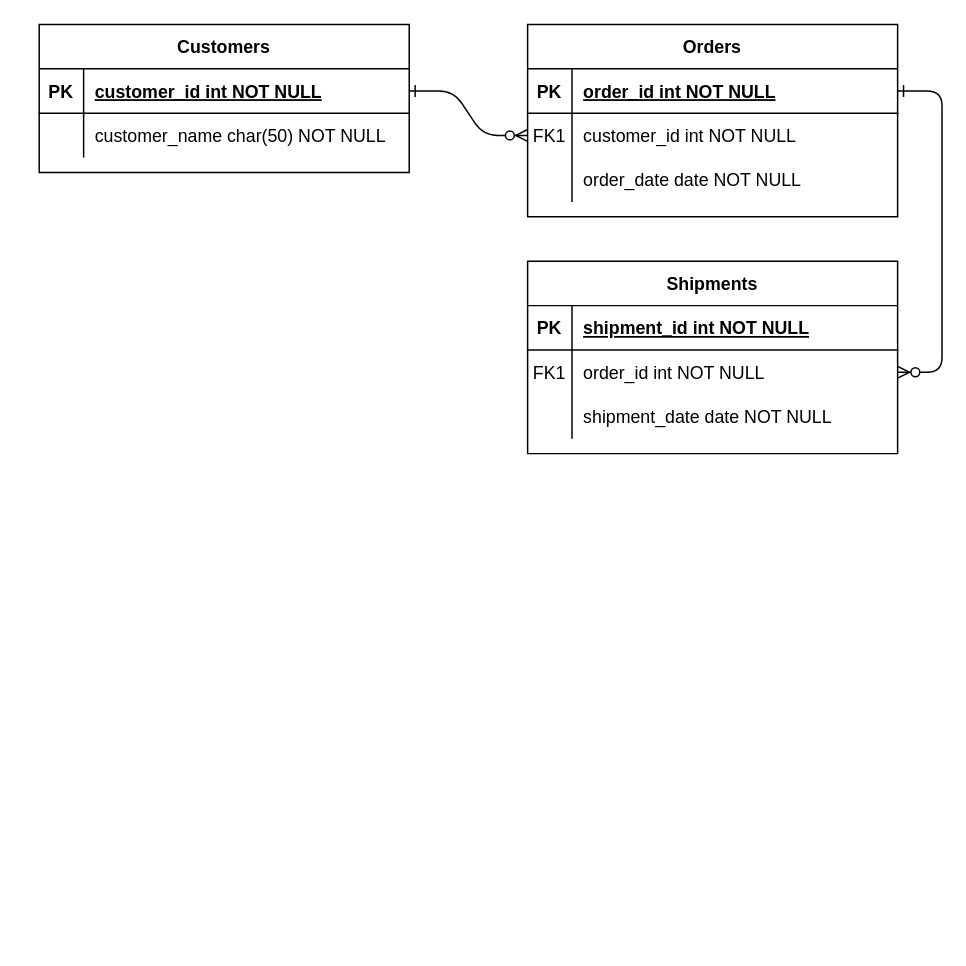
Earlier version of the draw.io diagram Untitled Diagram.drawio (RedJanvier/ewallet-architecture). Source tidied: cells renumbered, new cells numbered last; positions are measured from the earlier drawing's top-left corner, leaving out a move shared by most shapes. Both pictures are drawn from the tidied source at 148%, with x=0, y=0 at pixel (38, 24).
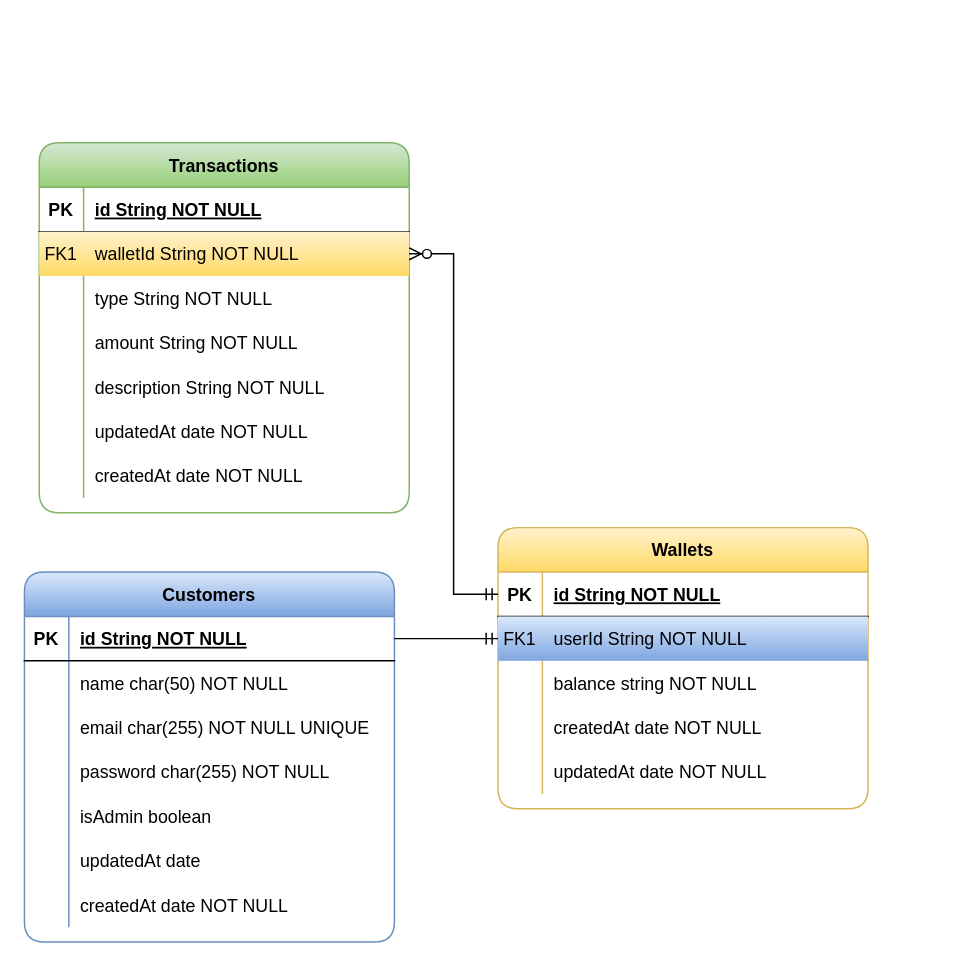
Above is the later version.

Unchanged cells that the change refers to:
```xml
<mxCell id="5" style="shape=partialRectangle;fillColor=none;points=[[0,0.5],[1,0.5]];portConstraint=eastwest;top=0;left=0;right=0;bottom=1;" parent="4" vertex="1">
  <mxGeometry y="30" width="250" height="30" as="geometry" />
</mxCell>
<mxCell id="15" style="shape=partialRectangle;fillColor=none;points=[[0,0.5],[1,0.5]];portConstraint=eastwest;top=0;left=0;right=0;bottom=1;" parent="14" vertex="1">
  <mxGeometry y="30" width="250" height="30" as="geometry" />
</mxCell>
<mxCell id="25" style="shape=partialRectangle;fillColor=none;points=[[0,0.5],[1,0.5]];portConstraint=eastwest;top=0;left=0;right=0;bottom=1;" parent="24" vertex="1">
  <mxGeometry y="30" width="250" height="30" as="geometry" />
</mxCell>
<mxCell id="28" style="shape=partialRectangle;fillColor=none;top=0;left=0;right=0;bottom=0;" parent="24" vertex="1">
  <mxGeometry y="60" width="250" height="30" as="geometry" />
</mxCell>
```

Change to the diagram source:
```diff
@@
-<mxGraphModel>
+<mxGraphModel background="#ffffff">
@@
-    <mxCell id="2" style="edgeStyle=entityRelationEdgeStyle;endArrow=ERzeroToMany;startArrow=ERone;endFill=1;startFill=0;" parent="1" edge="1" source="25" target="8">
-      <mxGeometry relative="1" as="geometry" />
-    </mxCell>
-    <mxCell id="3" style="edgeStyle=entityRelationEdgeStyle;endArrow=ERzeroToMany;startArrow=ERone;endFill=1;startFill=0;" parent="1" edge="1" source="5" target="18">
-      <mxGeometry relative="1" as="geometry" />
-    </mxCell>
-    <mxCell id="4" value="Orders" style="shape=table;startSize=30;childLayout=tableLayout;rowLines=0;fontStyle=1;align=center;" parent="1" vertex="1">
-      <mxGeometry x="330" width="250" height="130" as="geometry" />
+    <mxCell id="4" value="Transactions" style="shape=table;startSize=30;childLayout=tableLayout;rowLines=0;fontStyle=1;align=center;swimlaneFillColor=default;fillColor=#d5e8d4;gradientColor=#97d077;strokeColor=#82b366;rounded=1;" parent="1" vertex="1">
+      <mxGeometry y="80" width="250" height="250" as="geometry" />
     </mxCell>
@@
-    <mxCell id="7" value="order_id int NOT NULL " style="shape=partialRectangle;overflow=hidden;fillColor=none;top=0;left=0;bottom=0;right=0;align=left;spacingLeft=6;fontStyle=5;" parent="5" vertex="1">
+    <mxCell id="7" value="id String NOT NULL " style="shape=partialRectangle;overflow=hidden;fillColor=none;top=0;left=0;bottom=0;right=0;align=left;spacingLeft=6;fontStyle=5;" parent="5" vertex="1">
       <mxGeometry x="30" width="220" height="30" as="geometry" />
     </mxCell>
-    <mxCell id="8" style="shape=partialRectangle;fillColor=none;points=[[0,0.5],[1,0.5]];portConstraint=eastwest;top=0;left=0;right=0;bottom=0;" parent="4" vertex="1">
+    <mxCell id="8" style="shape=partialRectangle;fillColor=#fff2cc;points=[[0,0.5],[1,0.5]];portConstraint=eastwest;top=0;left=0;right=0;bottom=0;gradientColor=#ffd966;strokeColor=#d6b656;" parent="4" vertex="1">
       <mxGeometry y="60" width="250" height="30" as="geometry" />
     </mxCell>
@@
-    <mxCell id="10" value="customer_id int NOT NULL" style="shape=partialRectangle;overflow=hidden;fillColor=none;top=0;left=0;bottom=0;right=0;align=left;spacingLeft=6;" parent="8" vertex="1">
+    <mxCell id="10" value="walletId String NOT NULL" style="shape=partialRectangle;overflow=hidden;fillColor=none;top=0;left=0;bottom=0;right=0;align=left;spacingLeft=6;" parent="8" vertex="1">
       <mxGeometry x="30" width="220" height="30" as="geometry" />
     </mxCell>
+    <mxCell id="31" style="shape=partialRectangle;fillColor=none;top=0;left=0;right=0;bottom=0;" parent="4" vertex="1">
+      <mxGeometry y="90" width="250" height="30" as="geometry" />
+    </mxCell>
+    <mxCell id="32" style="shape=partialRectangle;overflow=hidden;fillColor=none;top=0;left=0;bottom=0;right=0;" parent="31" vertex="1">
+      <mxGeometry width="30" height="30" as="geometry" />
+    </mxCell>
+    <mxCell id="33" value="type String NOT NULL" style="shape=partialRectangle;overflow=hidden;fillColor=none;top=0;left=0;bottom=0;right=0;align=left;spacingLeft=6;" parent="31" vertex="1">
+      <mxGeometry x="30" width="220" height="30" as="geometry" />
+    </mxCell>
     <mxCell id="11" style="shape=partialRectangle;fillColor=none;top=0;left=0;right=0;bottom=0;" parent="4" vertex="1">
-      <mxGeometry y="90" width="250" height="30" as="geometry" />
+      <mxGeometry y="120" width="250" height="30" as="geometry" />
     </mxCell>
@@
-    <mxCell id="13" value="order_date date NOT NULL" style="shape=partialRectangle;overflow=hidden;fillColor=none;top=0;left=0;bottom=0;right=0;align=left;spacingLeft=6;" parent="11" vertex="1">
+    <mxCell id="13" value="amount String NOT NULL" style="shape=partialRectangle;overflow=hidden;fillColor=none;top=0;left=0;bottom=0;right=0;align=left;spacingLeft=6;" parent="11" vertex="1">
       <mxGeometry x="30" width="220" height="30" as="geometry" />
     </mxCell>
+    <mxCell id="34" style="shape=partialRectangle;fillColor=none;top=0;left=0;right=0;bottom=0;" parent="4" vertex="1">
+      <mxGeometry y="150" width="250" height="30" as="geometry" />
+    </mxCell>
+    <mxCell id="35" style="shape=partialRectangle;overflow=hidden;fillColor=none;top=0;left=0;bottom=0;right=0;" parent="34" vertex="1">
+      <mxGeometry width="30" height="30" as="geometry" />
+    </mxCell>
+    <mxCell id="36" value="description String NOT NULL" style="shape=partialRectangle;overflow=hidden;fillColor=none;top=0;left=0;bottom=0;right=0;align=left;spacingLeft=6;" parent="34" vertex="1">
+      <mxGeometry x="30" width="220" height="30" as="geometry" />
+    </mxCell>
+    <mxCell id="37" style="shape=partialRectangle;fillColor=none;top=0;left=0;right=0;bottom=0;" parent="4" vertex="1">
+      <mxGeometry y="180" width="250" height="30" as="geometry" />
+    </mxCell>
+    <mxCell id="38" style="shape=partialRectangle;overflow=hidden;fillColor=none;top=0;left=0;bottom=0;right=0;" parent="37" vertex="1">
+      <mxGeometry width="30" height="30" as="geometry" />
+    </mxCell>
+    <mxCell id="39" value="updatedAt date NOT NULL" style="shape=partialRectangle;overflow=hidden;fillColor=none;top=0;left=0;bottom=0;right=0;align=left;spacingLeft=6;" parent="37" vertex="1">
+      <mxGeometry x="30" width="220" height="30" as="geometry" />
+    </mxCell>
+    <mxCell id="40" style="shape=partialRectangle;fillColor=none;top=0;left=0;right=0;bottom=0;" parent="4" vertex="1">
+      <mxGeometry y="210" width="250" height="30" as="geometry" />
+    </mxCell>
+    <mxCell id="41" style="shape=partialRectangle;overflow=hidden;fillColor=none;top=0;left=0;bottom=0;right=0;" parent="40" vertex="1">
+      <mxGeometry width="30" height="30" as="geometry" />
+    </mxCell>
+    <mxCell id="42" value="createdAt date NOT NULL" style="shape=partialRectangle;overflow=hidden;fillColor=none;top=0;left=0;bottom=0;right=0;align=left;spacingLeft=6;" parent="40" vertex="1">
+      <mxGeometry x="30" width="220" height="30" as="geometry" />
+    </mxCell>
-    <mxCell id="14" value="Shipments" style="shape=table;startSize=30;childLayout=tableLayout;rowLines=0;fontStyle=1;align=center;" parent="1" vertex="1">
-      <mxGeometry x="330" y="160" width="250" height="130" as="geometry" />
+    <mxCell id="14" value="Wallets" style="shape=table;startSize=30;childLayout=tableLayout;rowLines=0;fontStyle=1;align=center;swimlaneFillColor=default;fillColor=#fff2cc;gradientColor=#ffd966;strokeColor=#d6b656;rounded=1;" parent="1" vertex="1">
+      <mxGeometry x="310" y="340" width="250" height="190" as="geometry" />
     </mxCell>
@@
-    <mxCell id="17" value="shipment_id int NOT NULL " style="shape=partialRectangle;overflow=hidden;fillColor=none;top=0;left=0;bottom=0;right=0;align=left;spacingLeft=6;fontStyle=5;" parent="15" vertex="1">
+    <mxCell id="17" value="id String NOT NULL " style="shape=partialRectangle;overflow=hidden;fillColor=none;top=0;left=0;bottom=0;right=0;align=left;spacingLeft=6;fontStyle=5;" parent="15" vertex="1">
       <mxGeometry x="30" width="220" height="30" as="geometry" />
     </mxCell>
-    <mxCell id="18" style="shape=partialRectangle;fillColor=none;points=[[0,0.5],[1,0.5]];portConstraint=eastwest;top=0;left=0;right=0;bottom=0;" parent="14" vertex="1">
+    <mxCell id="18" style="shape=partialRectangle;fillColor=#dae8fc;points=[[0,0.5],[1,0.5]];portConstraint=eastwest;top=0;left=0;right=0;bottom=0;gradientColor=#7ea6e0;strokeColor=#6c8ebf;" parent="14" vertex="1">
       <mxGeometry y="60" width="250" height="30" as="geometry" />
     </mxCell>
@@
-    <mxCell id="20" value="order_id int NOT NULL" style="shape=partialRectangle;overflow=hidden;fillColor=none;top=0;left=0;bottom=0;right=0;align=left;spacingLeft=6;" parent="18" vertex="1">
+    <mxCell id="20" value="userId String NOT NULL" style="shape=partialRectangle;overflow=hidden;fillColor=none;top=0;left=0;bottom=0;right=0;align=left;spacingLeft=6;" parent="18" vertex="1">
       <mxGeometry x="30" width="220" height="30" as="geometry" />
     </mxCell>
+    <mxCell id="43" style="shape=partialRectangle;fillColor=none;top=0;left=0;right=0;bottom=0;" parent="14" vertex="1">
+      <mxGeometry y="90" width="250" height="30" as="geometry" />
+    </mxCell>
+    <mxCell id="44" style="shape=partialRectangle;overflow=hidden;fillColor=none;top=0;left=0;bottom=0;right=0;" parent="43" vertex="1">
+      <mxGeometry width="30" height="30" as="geometry" />
+    </mxCell>
+    <mxCell id="45" value="balance string NOT NULL" style="shape=partialRectangle;overflow=hidden;fillColor=none;top=0;left=0;bottom=0;right=0;align=left;spacingLeft=6;" parent="43" vertex="1">
+      <mxGeometry x="30" width="220" height="30" as="geometry" />
+    </mxCell>
     <mxCell id="21" style="shape=partialRectangle;fillColor=none;top=0;left=0;right=0;bottom=0;" parent="14" vertex="1">
-      <mxGeometry y="90" width="250" height="30" as="geometry" />
+      <mxGeometry y="120" width="250" height="30" as="geometry" />
     </mxCell>
@@
-    <mxCell id="23" value="shipment_date date NOT NULL" style="shape=partialRectangle;overflow=hidden;fillColor=none;top=0;left=0;bottom=0;right=0;align=left;spacingLeft=6;" parent="21" vertex="1">
+    <mxCell id="23" value="createdAt date NOT NULL" style="shape=partialRectangle;overflow=hidden;fillColor=none;top=0;left=0;bottom=0;right=0;align=left;spacingLeft=6;" parent="21" vertex="1">
       <mxGeometry x="30" width="220" height="30" as="geometry" />
     </mxCell>
+    <mxCell id="46" style="shape=partialRectangle;fillColor=none;top=0;left=0;right=0;bottom=0;" parent="14" vertex="1">
+      <mxGeometry y="150" width="250" height="30" as="geometry" />
+    </mxCell>
+    <mxCell id="47" style="shape=partialRectangle;overflow=hidden;fillColor=none;top=0;left=0;bottom=0;right=0;" parent="46" vertex="1">
+      <mxGeometry width="30" height="30" as="geometry" />
+    </mxCell>
+    <mxCell id="48" value="updatedAt date NOT NULL" style="shape=partialRectangle;overflow=hidden;fillColor=none;top=0;left=0;bottom=0;right=0;align=left;spacingLeft=6;" parent="46" vertex="1">
+      <mxGeometry x="30" width="220" height="30" as="geometry" />
+    </mxCell>
-    <mxCell id="24" value="Customers" style="shape=table;startSize=30;childLayout=tableLayout;rowLines=0;fontStyle=1;align=center;" parent="1" vertex="1">
-      <mxGeometry width="250" height="100" as="geometry" />
+    <mxCell id="24" value="Customers" style="shape=table;startSize=30;childLayout=tableLayout;rowLines=0;fontStyle=1;align=center;swimlaneFillColor=default;gradientColor=#7ea6e0;fillColor=#dae8fc;strokeColor=#6c8ebf;rounded=1;" parent="1" vertex="1">
+      <mxGeometry x="-10" y="370" width="250" height="250" as="geometry" />
     </mxCell>
@@
-    <mxCell id="27" value="customer_id int NOT NULL " style="shape=partialRectangle;overflow=hidden;fillColor=none;top=0;left=0;bottom=0;right=0;align=left;spacingLeft=6;fontStyle=5;" parent="25" vertex="1">
+    <mxCell id="27" value="id String NOT NULL " style="shape=partialRectangle;overflow=hidden;fillColor=none;top=0;left=0;bottom=0;right=0;align=left;spacingLeft=6;fontStyle=5;" parent="25" vertex="1">
       <mxGeometry x="30" width="220" height="30" as="geometry" />
     </mxCell>
@@
-    <mxCell id="30" value="customer_name char(50) NOT NULL" style="shape=partialRectangle;overflow=hidden;fillColor=none;top=0;left=0;bottom=0;right=0;align=left;spacingLeft=6;" parent="28" vertex="1">
+    <mxCell id="30" value="name char(50) NOT NULL" style="shape=partialRectangle;overflow=hidden;fillColor=none;top=0;left=0;bottom=0;right=0;align=left;spacingLeft=6;" parent="28" vertex="1">
       <mxGeometry x="30" width="220" height="30" as="geometry" />
     </mxCell>
+    <mxCell id="49" style="shape=partialRectangle;fillColor=none;top=0;left=0;right=0;bottom=0;" parent="24" vertex="1">
+      <mxGeometry y="90" width="250" height="30" as="geometry" />
+    </mxCell>
+    <mxCell id="50" style="shape=partialRectangle;overflow=hidden;fillColor=none;top=0;left=0;bottom=0;right=0;" parent="49" vertex="1">
+      <mxGeometry width="30" height="30" as="geometry" />
+    </mxCell>
+    <mxCell id="51" value="email char(255) NOT NULL UNIQUE" style="shape=partialRectangle;overflow=hidden;fillColor=none;top=0;left=0;bottom=0;right=0;align=left;spacingLeft=6;" parent="49" vertex="1">
+      <mxGeometry x="30" width="220" height="30" as="geometry" />
+    </mxCell>
+    <mxCell id="52" style="shape=partialRectangle;fillColor=none;top=0;left=0;right=0;bottom=0;" parent="24" vertex="1">
+      <mxGeometry y="120" width="250" height="30" as="geometry" />
+    </mxCell>
+    <mxCell id="53" style="shape=partialRectangle;overflow=hidden;fillColor=none;top=0;left=0;bottom=0;right=0;" parent="52" vertex="1">
+      <mxGeometry width="30" height="30" as="geometry" />
+    </mxCell>
+    <mxCell id="54" value="password char(255) NOT NULL" style="shape=partialRectangle;overflow=hidden;fillColor=none;top=0;left=0;bottom=0;right=0;align=left;spacingLeft=6;" parent="52" vertex="1">
+      <mxGeometry x="30" width="220" height="30" as="geometry" />
+    </mxCell>
+    <mxCell id="55" style="shape=partialRectangle;fillColor=none;top=0;left=0;right=0;bottom=0;" parent="24" vertex="1">
+      <mxGeometry y="150" width="250" height="30" as="geometry" />
+    </mxCell>
+    <mxCell id="56" style="shape=partialRectangle;overflow=hidden;fillColor=none;top=0;left=0;bottom=0;right=0;" parent="55" vertex="1">
+      <mxGeometry width="30" height="30" as="geometry" />
+    </mxCell>
+    <mxCell id="57" value="isAdmin boolean" style="shape=partialRectangle;overflow=hidden;fillColor=none;top=0;left=0;bottom=0;right=0;align=left;spacingLeft=6;" parent="55" vertex="1">
+      <mxGeometry x="30" width="220" height="30" as="geometry" />
+    </mxCell>
+    <mxCell id="58" style="shape=partialRectangle;fillColor=none;top=0;left=0;right=0;bottom=0;" parent="24" vertex="1">
+      <mxGeometry y="180" width="250" height="30" as="geometry" />
+    </mxCell>
+    <mxCell id="59" style="shape=partialRectangle;overflow=hidden;fillColor=none;top=0;left=0;bottom=0;right=0;" parent="58" vertex="1">
+      <mxGeometry width="30" height="30" as="geometry" />
+    </mxCell>
+    <mxCell id="60" value="updatedAt date" style="shape=partialRectangle;overflow=hidden;fillColor=none;top=0;left=0;bottom=0;right=0;align=left;spacingLeft=6;" parent="58" vertex="1">
+      <mxGeometry x="30" width="220" height="30" as="geometry" />
+    </mxCell>
+    <mxCell id="61" style="shape=partialRectangle;fillColor=none;top=0;left=0;right=0;bottom=0;" parent="24" vertex="1">
+      <mxGeometry y="210" width="250" height="30" as="geometry" />
+    </mxCell>
+    <mxCell id="62" style="shape=partialRectangle;overflow=hidden;fillColor=none;top=0;left=0;bottom=0;right=0;" parent="61" vertex="1">
+      <mxGeometry width="30" height="30" as="geometry" />
+    </mxCell>
+    <mxCell id="63" value="createdAt date NOT NULL" style="shape=partialRectangle;overflow=hidden;fillColor=none;top=0;left=0;bottom=0;right=0;align=left;spacingLeft=6;" parent="61" vertex="1">
+      <mxGeometry x="30" width="220" height="30" as="geometry" />
+    </mxCell>
+    <mxCell id="64" style="edgeStyle=entityRelationEdgeStyle;fontSize=12;html=1;endArrow=ERzeroToMany;startArrow=ERmandOne;rounded=0;exitX=0;exitY=0.5;exitDx=0;exitDy=0;" parent="1" edge="1" source="15" target="8">
+      <mxGeometry relative="1" as="geometry" />
+    </mxCell>
+    <mxCell id="65" style="edgeStyle=entityRelationEdgeStyle;fontSize=12;html=1;endArrow=ERmandOne;rounded=0;exitX=1;exitY=0.5;exitDx=0;exitDy=0;" parent="1" edge="1" source="25" target="18">
+      <mxGeometry relative="1" as="geometry" />
+    </mxCell>
```
